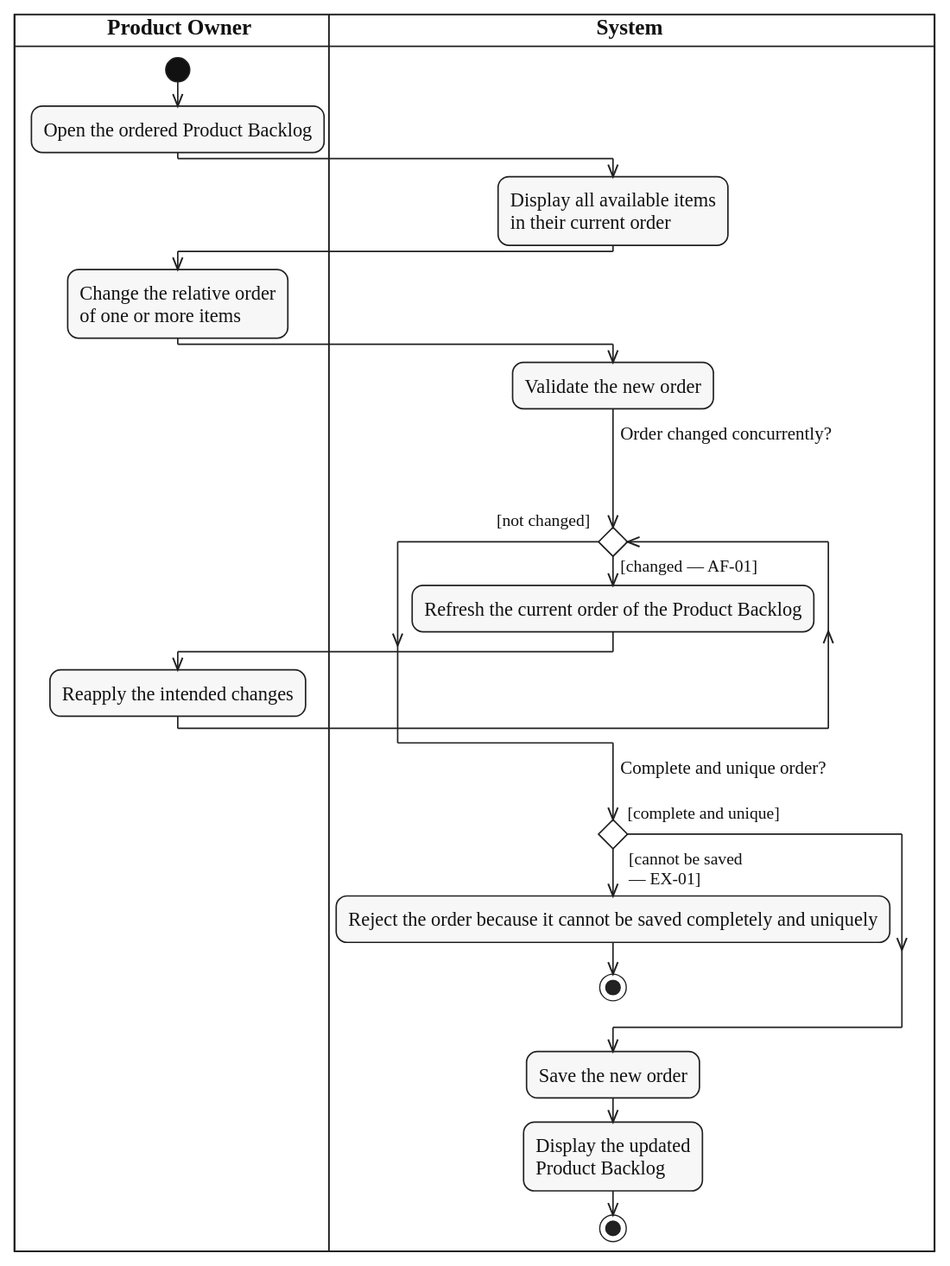
This is diagrams/activity/product-backlog/svg/UC-BACKLOG-ORDER.svg from lukenab/swd392-doc-automation, a PlantUML export, as it was before one commit. Its source is kept beside it as diagrams/activity/product-backlog/source/UC-BACKLOG-ORDER.puml.
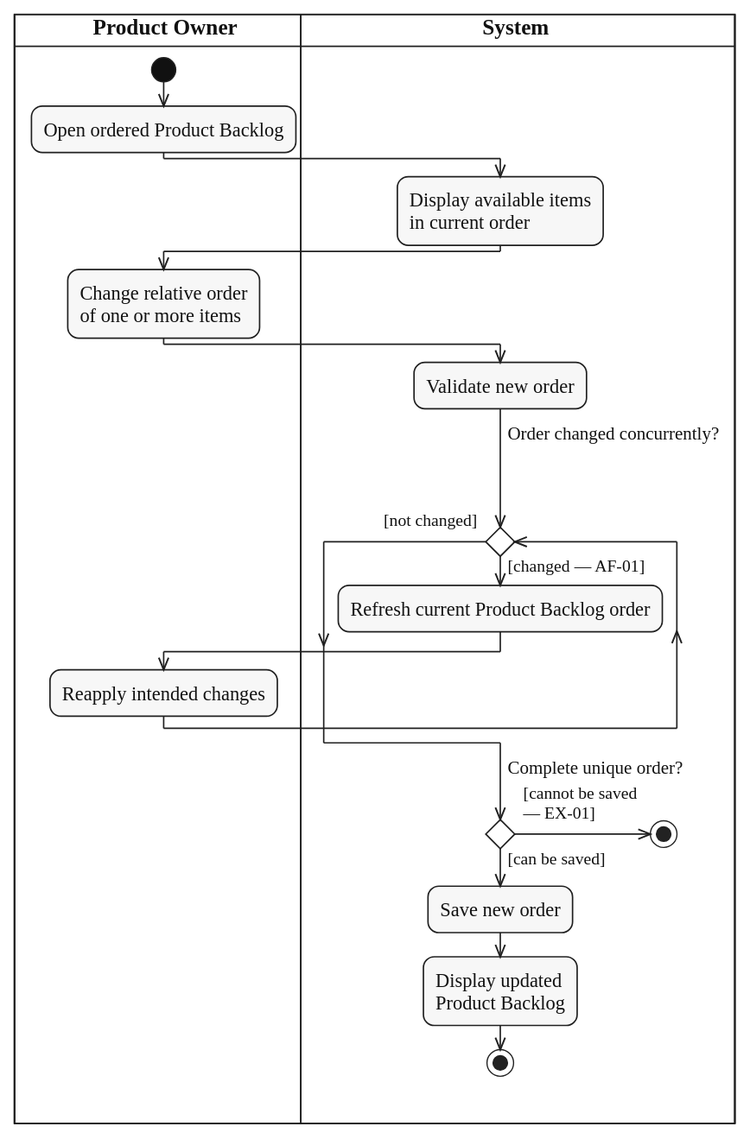
After the change.

The edit, as a diff of the source:
```diff
@@ -6,28 +6,28 @@
 
 |PRO|
 start
-:Open the ordered Product Backlog;
+:Open ordered Product Backlog;
 |SYS|
-:Display all available items
-in their current order;
+:Display available items
+in current order;
 |PRO|
-:Change the relative order
+:Change relative order
 of one or more items;
 |SYS|
-:Validate the new order;
+:Validate new order;
 while ($question_x("Order changed concurrently?")) is ($guard_left("[changed — AF-01]"))
-  :Refresh the current order of the Product Backlog;
+  :Refresh current Product Backlog order;
   |PRO|
-  :Reapply the intended changes;
+  :Reapply intended changes;
   |SYS|
 endwhile ($guard("[not changed]"))
-if ($question("Complete and unique order?")) then ($guard_left("[complete and unique]"))
+if ($question("Complete unique order?")) then ($guard_left("[can be saved]"))
+  :Save new order;
+  :Display updated
+  Product Backlog;
+  stop
 else ($guard_right("[cannot be saved", "— EX-01]"))
-  :Reject the order because it cannot be saved completely and uniquely;
+  |SYS|
   stop
 endif
-:Save the new order;
-:Display the updated
-Product Backlog;
-stop
 @enduml
```
